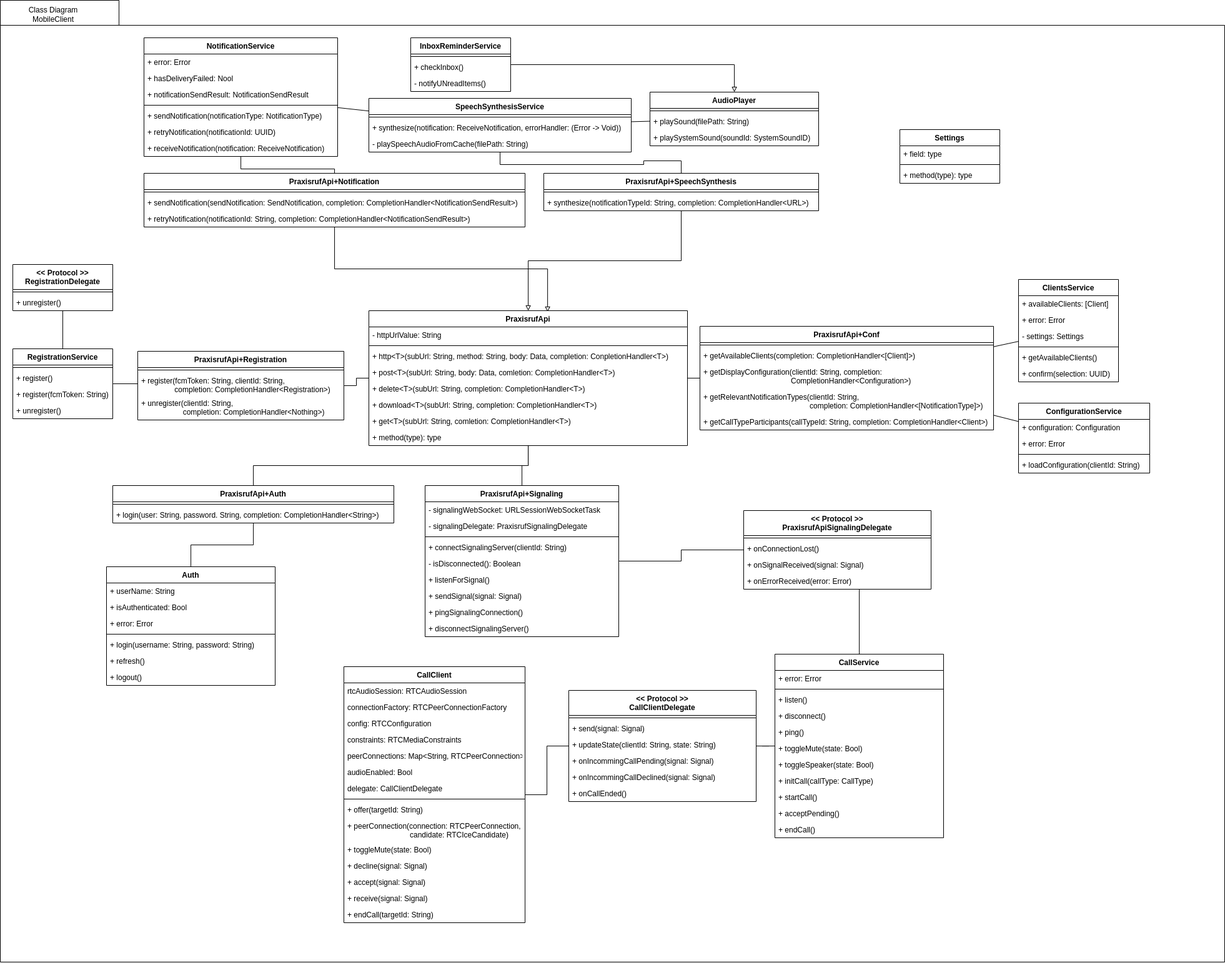
The draw.io diagram src/graphics/diagramms/Class_Mobile_Client_Draft_V02.png in jsvilling/IP6_Bachelorarbeit_Bericht_Cloudbasiertes_Praxisrufsystem, before a commit. Source tidied: cells renumbered, new cells last; positions are measured from the earlier drawing's top-left corner, leaving out a move shared by most shapes.
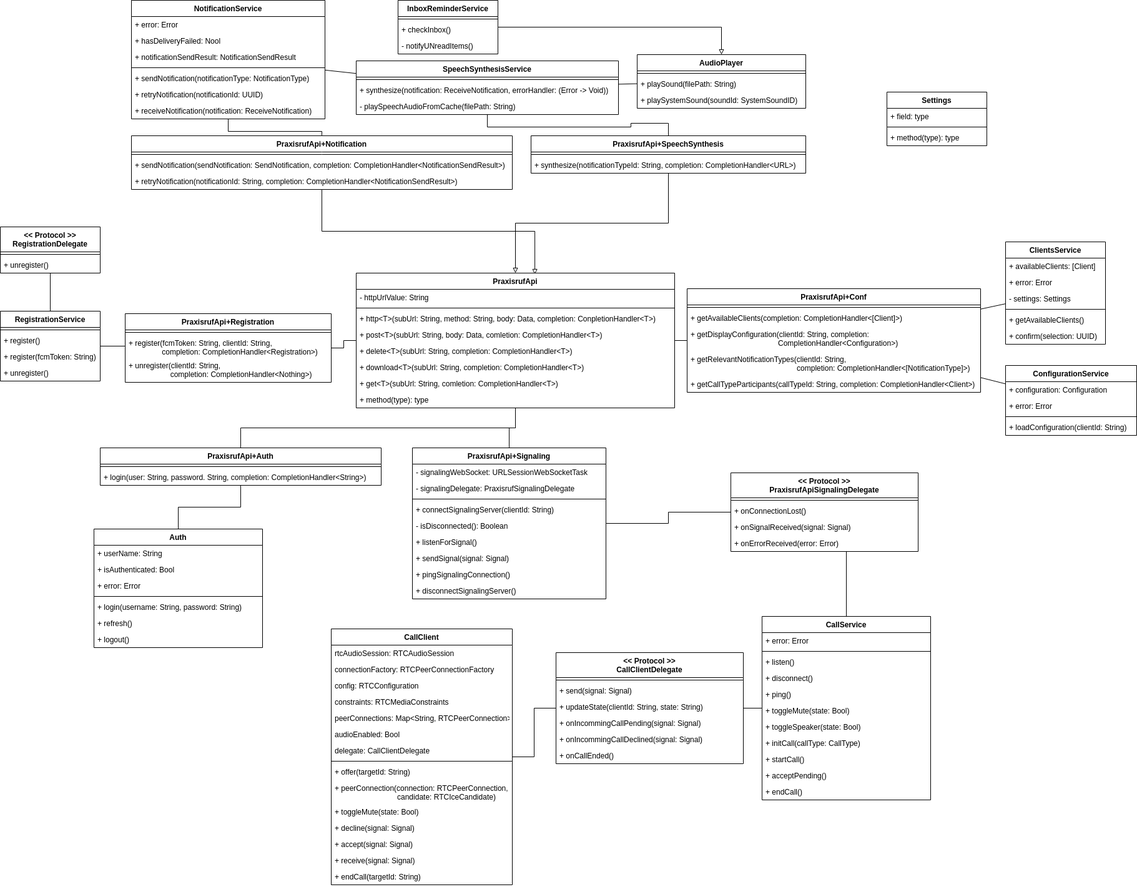
The same diagram one commit later.

What changed in the source:
```diff
@@ -2,12 +2,6 @@
   <root>
     <mxCell id="0" />
     <mxCell id="1" parent="0" />
-    <mxCell id="2" style="shape=folder;fontStyle=1;spacingTop=10;tabWidth=190;tabHeight=40;tabPosition=left;html=1;rounded=0;shadow=0;comic=0;labelBackgroundColor=none;strokeWidth=1;fillColor=none;fontFamily=Verdana;fontSize=10;align=center;" parent="1" vertex="1">
-      <mxGeometry width="1960" height="1540" as="geometry" />
-    </mxCell>
-    <mxCell id="3" value="Class Diagram&lt;br&gt;MobileClient" style="text;html=1;strokeColor=none;fillColor=none;align=center;verticalAlign=middle;whiteSpace=wrap;rounded=0;" parent="1" vertex="1">
-      <mxGeometry x="10" width="150" height="45" as="geometry" />
-    </mxCell>
     <mxCell id="4" style="edgeStyle=orthogonalEdgeStyle;rounded=0;jettySize=auto;html=1;endArrow=none;endFill=0;" parent="1" edge="1" source="5" target="18">
       <mxGeometry relative="1" as="geometry" />
     </mxCell>
```
